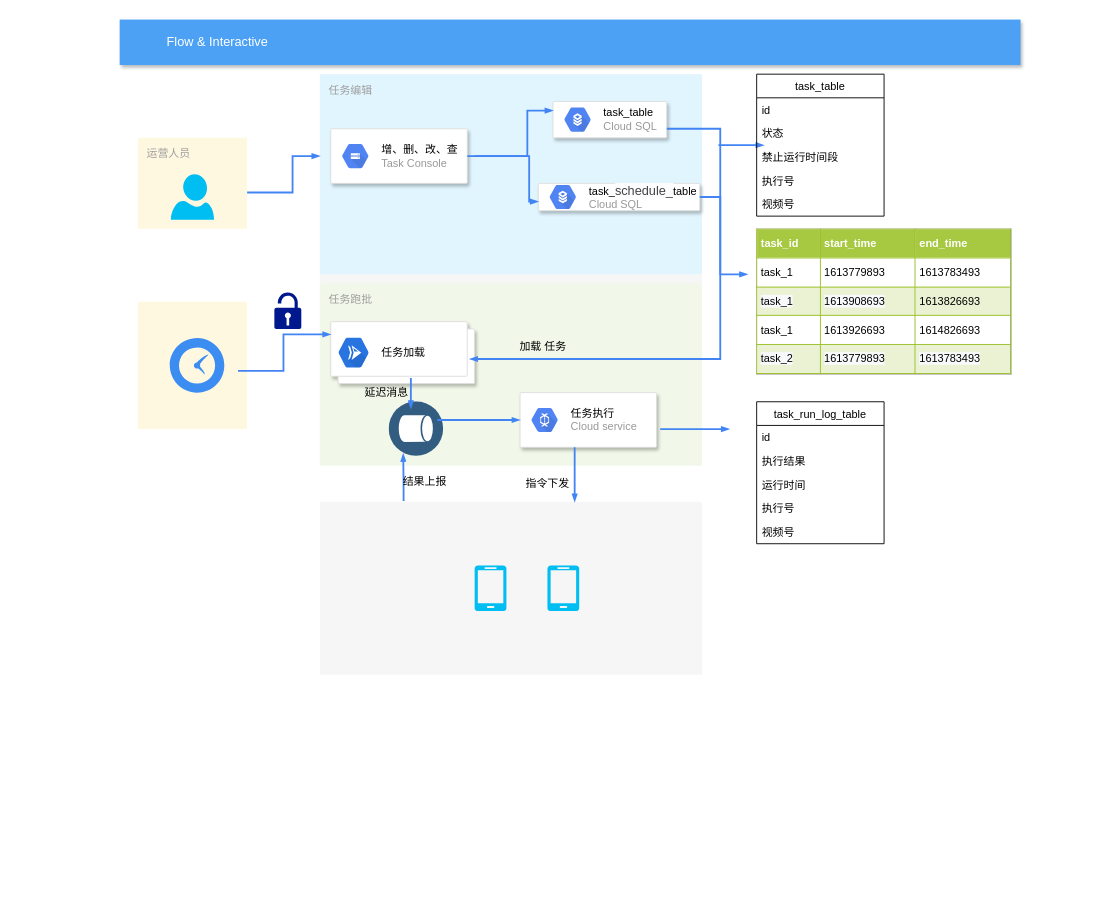
The draw.io diagram craft/task_magr1.drawio in feihu618/drawio, before the edit. Source tidied: cells renumbered, new cells numbered last; positions are measured from the earlier drawing's top-left corner, leaving out a move shared by most shapes. Both pictures are drawn from the tidied source at 91%, with x=0, y=0 at pixel (119, 19).
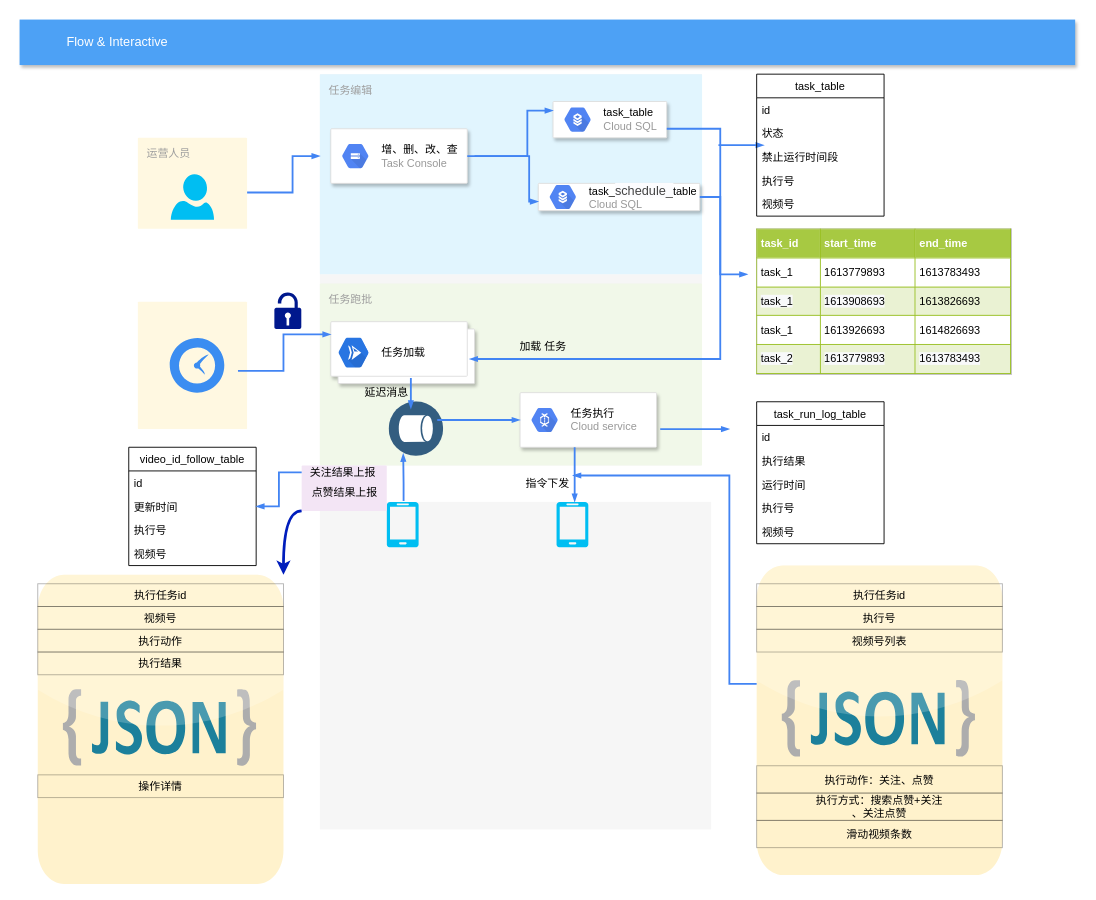
After the change.

The change refers to these unchanged cells:
```xml
<mxCell id="52" value="指令下发" style="text;html=1;align=center;verticalAlign=middle;points=[];fillColor=none;strokeColor=none;rounded=0;" parent="1" vertex="1">
  <mxGeometry x="440" y="500" width="60" height="20" as="geometry" />
</mxCell>
```

The edit, as a diff of the source:
```diff
@@
     <mxCell id="2" style="fillColor=#F6F6F6;strokeColor=none;shadow=0;gradientColor=none;fontSize=14;align=left;spacing=10;fontColor=#717171;9E9E9E;verticalAlign=top;spacingTop=-4;fontStyle=0;spacingLeft=40;html=1;" parent="1" vertex="1">
-      <mxGeometry x="220" y="530" width="420" height="190" as="geometry" />
+      <mxGeometry x="220" y="530" width="430" height="360" as="geometry" />
     </mxCell>
@@
     <mxCell id="8" value="Flow &amp;amp;&amp;nbsp;Interactive" style="fillColor=#4DA1F5;strokeColor=none;shadow=1;gradientColor=none;fontSize=14;align=left;spacingLeft=50;fontColor=#ffffff;html=1;" parent="1" vertex="1">
-      <mxGeometry width="990" height="50" as="geometry" />
+      <mxGeometry x="-110" width="1160" height="50" as="geometry" />
     </mxCell>
@@
     <mxCell id="12" style="verticalLabelPosition=bottom;html=1;verticalAlign=top;align=center;strokeColor=none;fillColor=#00BEF2;shape=mxgraph.azure.mobile;" parent="1" vertex="1">
-      <mxGeometry x="390" y="600" width="35" height="50" as="geometry" />
+      <mxGeometry x="480" y="530" width="35" height="50" as="geometry" />
     </mxCell>
     <mxCell id="13" style="verticalLabelPosition=bottom;html=1;verticalAlign=top;align=center;strokeColor=none;fillColor=#00BEF2;shape=mxgraph.azure.mobile;" parent="1" vertex="1">
-      <mxGeometry x="470" y="600" width="35" height="50" as="geometry" />
+      <mxGeometry x="293.5" y="530" width="35" height="50" as="geometry" />
     </mxCell>
@@
-    <mxCell id="51" value="结果上报" style="text;html=1;align=center;verticalAlign=middle;points=[];fillColor=none;strokeColor=none;rounded=0;" parent="1" vertex="1">
-      <mxGeometry x="305" y="498" width="60" height="20" as="geometry" />
-    </mxCell>
@@
+    <mxCell id="57" value="video_id_follow_table" style="swimlane;fontStyle=0;horizontal=1;startSize=26;fillColor=none;" parent="1" vertex="1">
+      <mxGeometry x="10" y="470" width="140" height="130" as="geometry" />
+    </mxCell>
+    <mxCell id="58" value="id" style="text;strokeColor=none;fillColor=none;align=left;verticalAlign=top;spacingLeft=4;spacingRight=4;overflow=hidden;" parent="57" vertex="1">
+      <mxGeometry y="26" width="140" height="26" as="geometry" />
+    </mxCell>
+    <mxCell id="59" value="更新时间" style="text;strokeColor=none;fillColor=none;align=left;verticalAlign=top;spacingLeft=4;spacingRight=4;overflow=hidden;" parent="57" vertex="1">
+      <mxGeometry y="52" width="140" height="26" as="geometry" />
+    </mxCell>
+    <mxCell id="60" value="执行号" style="text;strokeColor=none;fillColor=none;align=left;verticalAlign=top;spacingLeft=4;spacingRight=4;overflow=hidden;" parent="57" vertex="1">
+      <mxGeometry y="78" width="140" height="26" as="geometry" />
+    </mxCell>
+    <mxCell id="61" value="视频号" style="text;strokeColor=none;fillColor=none;align=left;verticalAlign=top;spacingLeft=4;spacingRight=4;overflow=hidden;" parent="57" vertex="1">
+      <mxGeometry y="104" width="140" height="26" as="geometry" />
+    </mxCell>
+    <mxCell id="62" style="dashed=0;html=1;align=center;labelPosition=center;verticalLabelPosition=bottom;verticalAlign=top;shape=mxgraph.webicons.json_2;fillColor=#fff2cc;strokeColor=#d6b656;" parent="1" vertex="1">
+      <mxGeometry x="700" y="600" width="270" height="340" as="geometry" />
+    </mxCell>
+    <mxCell id="63" value="执行任务id" style="fontStyle=0;fillColor=none;opacity=30;" parent="1" vertex="1">
+      <mxGeometry x="700" y="620" width="270" height="25" as="geometry" />
+    </mxCell>
+    <mxCell id="64" value="执行号" style="fontStyle=0;fillColor=none;opacity=30;" parent="1" vertex="1">
+      <mxGeometry x="700" y="645" width="270" height="25" as="geometry" />
+    </mxCell>
+    <mxCell id="65" value="视频号列表" style="fontStyle=0;fillColor=none;opacity=30;" parent="1" vertex="1">
+      <mxGeometry x="700" y="670" width="270" height="25" as="geometry" />
+    </mxCell>
+    <mxCell id="66" value="执行动作：关注、点赞" style="fontStyle=0;fillColor=none;opacity=30;" parent="1" vertex="1">
+      <mxGeometry x="700" y="820" width="270" height="30" as="geometry" />
+    </mxCell>
+    <mxCell id="67" value="执行方式：搜索点赞+关注&#10;、关注点赞" style="fontStyle=0;fillColor=none;opacity=30;" parent="1" vertex="1">
+      <mxGeometry x="700" y="850" width="270" height="30" as="geometry" />
+    </mxCell>
+    <mxCell id="68" style="edgeStyle=orthogonalEdgeStyle;rounded=0;html=1;labelBackgroundColor=none;startFill=1;startSize=4;endArrow=blockThin;endFill=1;endSize=4;jettySize=auto;strokeColor=#4284F3;strokeWidth=2;fontSize=12;fontColor=#000000;align=center;dashed=0;entryX=0.967;entryY=0.05;entryDx=0;entryDy=0;entryPerimeter=0;" parent="1" edge="1" target="52">
+      <mxGeometry relative="1" as="geometry">
+        <mxPoint x="700" y="730" as="sourcePoint" />
+        <Array as="points">
+          <mxPoint x="670" y="730" />
+          <mxPoint x="670" y="501" />
+        </Array>
+      </mxGeometry>
+    </mxCell>
+    <mxCell id="69" value="滑动视频条数" style="fontStyle=0;fillColor=none;opacity=30;" parent="1" vertex="1">
+      <mxGeometry x="700" y="880" width="270" height="30" as="geometry" />
+    </mxCell>
+    <mxCell id="70" style="dashed=0;outlineConnect=0;html=1;align=center;labelPosition=center;verticalLabelPosition=bottom;verticalAlign=top;shape=mxgraph.webicons.json_2;fillColor=#fff2cc;strokeColor=#d6b656;" parent="1" vertex="1">
+      <mxGeometry x="-90" y="610" width="270" height="340" as="geometry" />
+    </mxCell>
+    <mxCell id="71" style="edgeStyle=orthogonalEdgeStyle;jettySize=auto;html=1;exitX=0;exitY=1;exitDx=0;exitDy=0;exitPerimeter=0;curved=1;fillColor=#0050ef;strokeColor=#001DBC;strokeWidth=3;" parent="1" edge="1" source="72" target="70">
+      <mxGeometry relative="1" as="geometry">
+        <Array as="points">
+          <mxPoint x="180" y="540" />
+        </Array>
+      </mxGeometry>
+    </mxCell>
+    <mxCell id="72" style="points=[[0,0,0],[0.25,0,0],[0.5,0,0],[0.75,0,0],[1,0,0],[1,0.25,0],[1,0.5,0],[1,0.75,0],[1,1,0],[0.75,1,0],[0.5,1,0],[0.25,1,0],[0,1,0],[0,0.75,0],[0,0.5,0],[0,0.25,0]];rounded=1;absoluteArcSize=1;arcSize=2;html=1;strokeColor=none;gradientColor=none;shadow=0;dashed=0;fontSize=12;fontColor=#9E9E9E;align=left;verticalAlign=top;spacing=10;spacingTop=-4;fillColor=#F3E5F5;" parent="1" vertex="1">
+      <mxGeometry x="200" y="490" width="93.5" height="50" as="geometry" />
+    </mxCell>
+    <mxCell id="51" value="关注结果上报" style="text;html=1;align=center;verticalAlign=middle;points=[];fillColor=none;strokeColor=none;rounded=0;" parent="1" vertex="1">
+      <mxGeometry x="200" y="487.5" width="90" height="20" as="geometry" />
+    </mxCell>
+    <mxCell id="73" value="点赞结果上报" style="text;html=1;align=center;verticalAlign=middle;fillColor=none;strokeColor=none;rounded=0;" parent="1" vertex="1">
+      <mxGeometry x="201.8" y="510" width="90" height="20" as="geometry" />
+    </mxCell>
+    <mxCell id="74" style="edgeStyle=orthogonalEdgeStyle;rounded=0;html=1;labelBackgroundColor=none;startFill=1;startSize=4;endArrow=blockThin;endFill=1;endSize=4;jettySize=auto;strokeColor=#4284F3;strokeWidth=2;fontSize=12;fontColor=#000000;align=center;dashed=0;" parent="1" edge="1" source="51" target="57">
+      <mxGeometry relative="1" as="geometry" />
+    </mxCell>
+    <mxCell id="75" value="执行任务id" style="fontStyle=0;fillColor=none;opacity=30;" parent="1" vertex="1">
+      <mxGeometry x="-90" y="620" width="270" height="25" as="geometry" />
+    </mxCell>
+    <mxCell id="76" value="视频号" style="fontStyle=0;fillColor=none;opacity=30;" parent="1" vertex="1">
+      <mxGeometry x="-90" y="645" width="270" height="25" as="geometry" />
+    </mxCell>
+    <mxCell id="77" value="执行动作" style="fontStyle=0;fillColor=none;opacity=30;" parent="1" vertex="1">
+      <mxGeometry x="-90" y="670" width="270" height="25" as="geometry" />
+    </mxCell>
+    <mxCell id="78" value="操作详情" style="fontStyle=0;fillColor=none;opacity=30;" parent="1" vertex="1">
+      <mxGeometry x="-90" y="830" width="270" height="25" as="geometry" />
+    </mxCell>
+    <mxCell id="79" value="执行结果" style="fontStyle=0;fillColor=none;opacity=30;" parent="1" vertex="1">
+      <mxGeometry x="-90" y="695" width="270" height="25" as="geometry" />
+    </mxCell>
```
